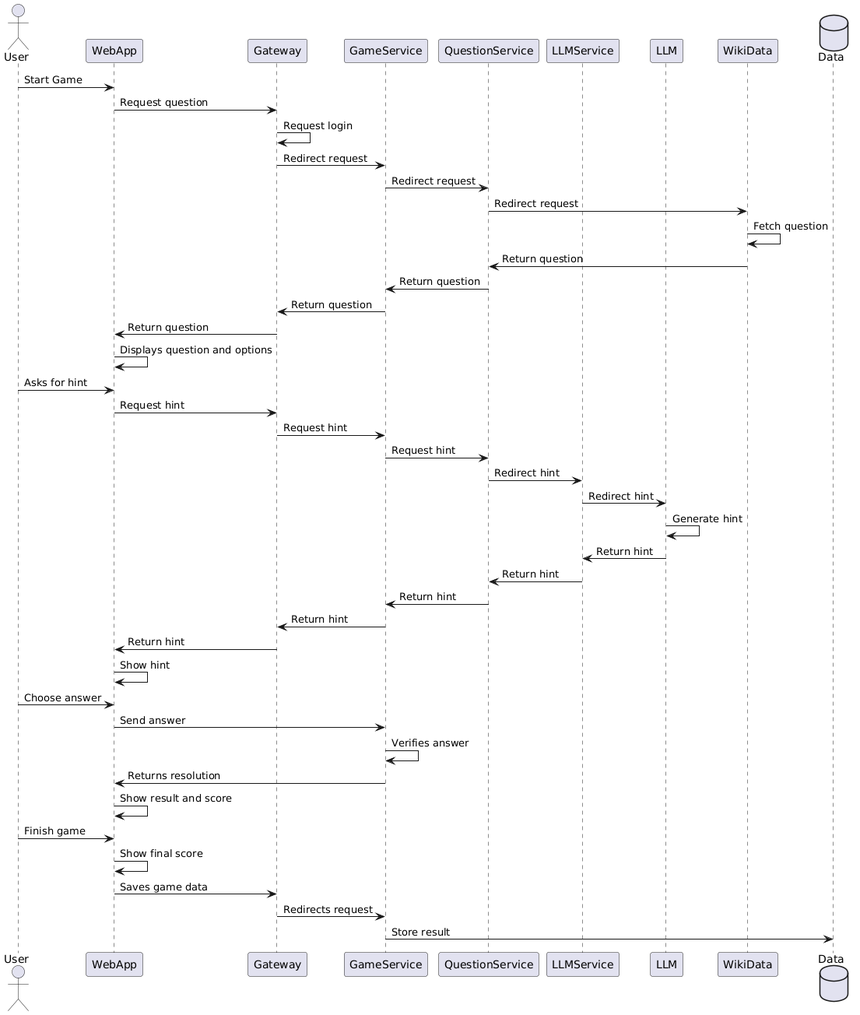
Before: images/06_Game.png, a diagram exported from PlantUML (Arquisoft/wichat_en1c). The source it was exported from:
```plantuml
@startuml
actor User
participant WebApp
participant Gateway
participant GameService
participant QuestionService
participant LLMService
participant LLM
participant WikiData
database DB as "Data"
User -> WebApp: Start Game
WebApp -> Gateway: Request question
Gateway -> Gateway: Request login
Gateway -> GameService: Redirect request
GameService -> QuestionService: Redirect request
QuestionService -> WikiData: Redirect request
WikiData -> WikiData: Fetch question
WikiData -> QuestionService: Return question
QuestionService -> GameService: Return question
GameService -> Gateway: Return question
Gateway -> WebApp: Return question
WebApp -> WebApp: Displays question and options
User -> WebApp: Asks for hint
WebApp -> Gateway: Request hint
Gateway -> GameService: Request hint
GameService -> QuestionService:Request hint
QuestionService -> LLMService: Redirect hint
LLMService -> LLM: Redirect hint
LLM -> LLM: Generate hint
LLM -> LLMService: Return hint
LLMService -> QuestionService: Return hint
QuestionService -> GameService: Return hint
GameService -> Gateway: Return hint
Gateway -> WebApp: Return hint
WebApp -> WebApp: Show hint
User -> WebApp: Choose answer
WebApp -> GameService: Send answer
GameService -> GameService: Verifies answer
GameService -> WebApp: Returns resolution
WebApp -> WebApp: Show result and score
User -> WebApp: Finish game
WebApp -> WebApp: Show final score
WebApp -> Gateway: Saves game data
Gateway -> GameService: Redirects request
GameService -> DB: Store result
@enduml
```
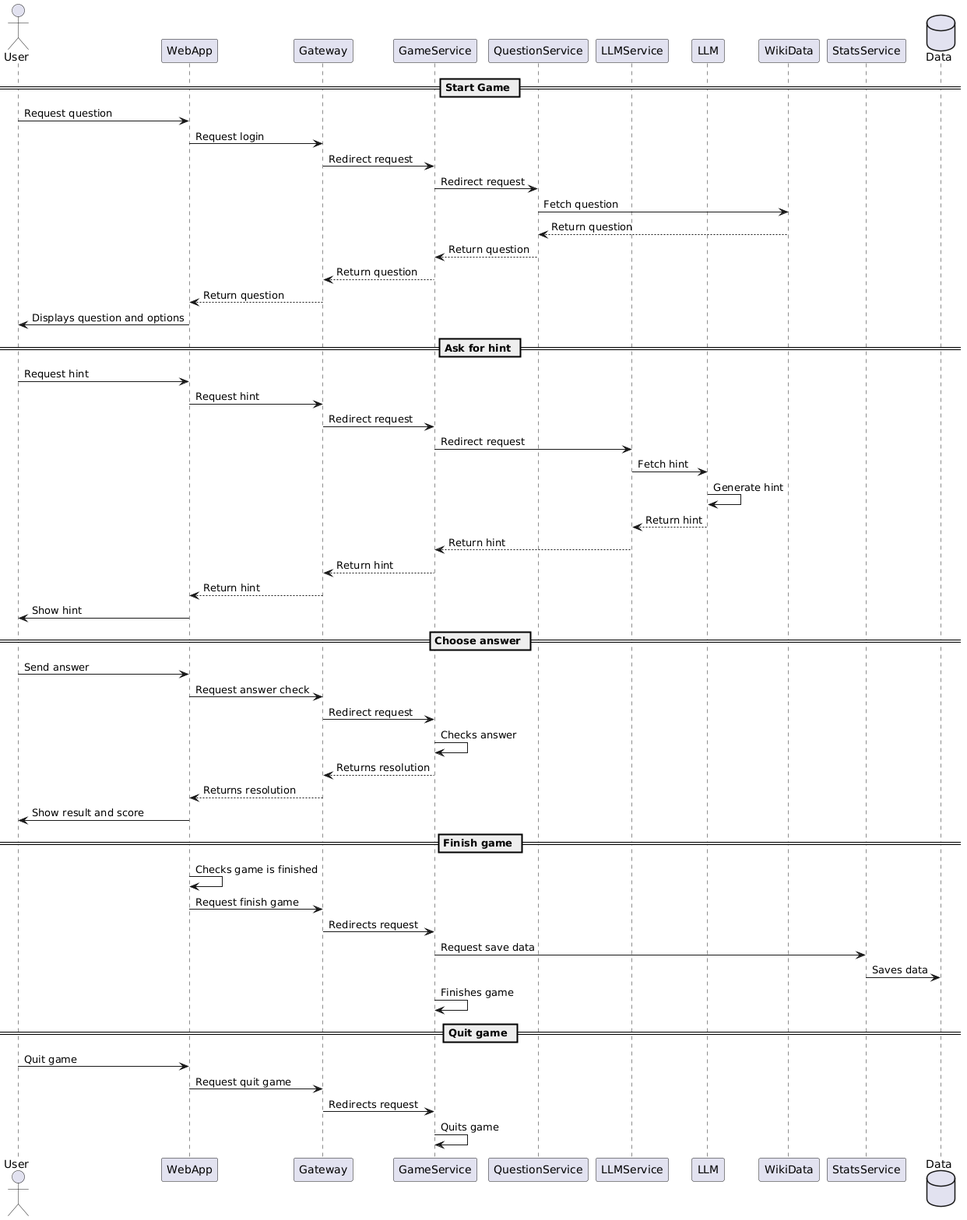
After the commit.

What changed in the source:
```diff
@@ -7,40 +7,54 @@
 participant LLMService
 participant LLM
 participant WikiData
-database DB as "Data"
-User -> WebApp: Start Game
-WebApp -> Gateway: Request question
-Gateway -> Gateway: Request login
-Gateway -> GameService: Redirect request
-GameService -> QuestionService: Redirect request
-QuestionService -> WikiData: Redirect request
-WikiData -> WikiData: Fetch question
-WikiData -> QuestionService: Return question
-QuestionService -> GameService: Return question
-GameService -> Gateway: Return question
-Gateway -> WebApp: Return question
-WebApp -> WebApp: Displays question and options
-User -> WebApp: Asks for hint
-WebApp -> Gateway: Request hint
-Gateway -> GameService: Request hint
-GameService -> QuestionService:Request hint
-QuestionService -> LLMService: Redirect hint
-LLMService -> LLM: Redirect hint
-LLM -> LLM: Generate hint
-LLM -> LLMService: Return hint
-LLMService -> QuestionService: Return hint
-QuestionService -> GameService: Return hint
-GameService -> Gateway: Return hint
-Gateway -> WebApp: Return hint
-WebApp -> WebApp: Show hint
-User -> WebApp: Choose answer
-WebApp -> GameService: Send answer
-GameService -> GameService: Verifies answer
-GameService -> WebApp: Returns resolution
-WebApp -> WebApp: Show result and score
-User -> WebApp: Finish game
-WebApp -> WebApp: Show final score
-WebApp -> Gateway: Saves game data
-Gateway -> GameService: Redirects request
-GameService -> DB: Store result
+participant StatsService
+database Data
+
+== Start Game ==
+User -> WebApp : Request question
+WebApp -> Gateway : Request login
+Gateway -> GameService : Redirect request
+GameService -> QuestionService : Redirect request
+QuestionService -> WikiData : Fetch question
+WikiData --> QuestionService : Return question
+QuestionService --> GameService : Return question
+GameService --> Gateway : Return question
+Gateway --> WebApp : Return question
+WebApp -> User : Displays question and options
+
+== Ask for hint ==
+User -> WebApp : Request hint
+WebApp -> Gateway : Request hint
+Gateway -> GameService : Redirect request
+GameService -> LLMService : Redirect request
+LLMService -> LLM : Fetch hint
+LLM -> LLM : Generate hint
+LLM --> LLMService : Return hint
+LLMService --> GameService : Return hint
+GameService --> Gateway : Return hint
+Gateway --> WebApp : Return hint
+WebApp -> User : Show hint
+
+== Choose answer ==
+User -> WebApp : Send answer
+WebApp -> Gateway : Request answer check
+Gateway -> GameService : Redirect request
+GameService -> GameService : Checks answer
+GameService --> Gateway : Returns resolution
+Gateway --> WebApp : Returns resolution
+WebApp -> User : Show result and score
+
+== Finish game ==
+WebApp -> WebApp : Checks game is finished
+WebApp -> Gateway : Request finish game
+Gateway -> GameService : Redirects request
+GameService -> StatsService : Request save data
+StatsService -> Data : Saves data
+GameService -> GameService : Finishes game
+
+== Quit game ==
+User -> WebApp : Quit game
+WebApp -> Gateway : Request quit game
+Gateway -> GameService : Redirects request
+GameService -> GameService : Quits game
 @enduml
```
